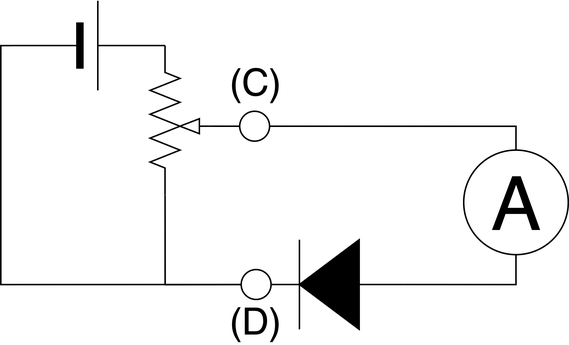
P2-718na/electronics-laboratory keeps this draw.io diagram as assets/1/circuito.png. Above is the earlier version. Source tidied: cells renumbered, new cells last; positions are measured from the earlier drawing's top-left corner, leaving out a move shared by most shapes.
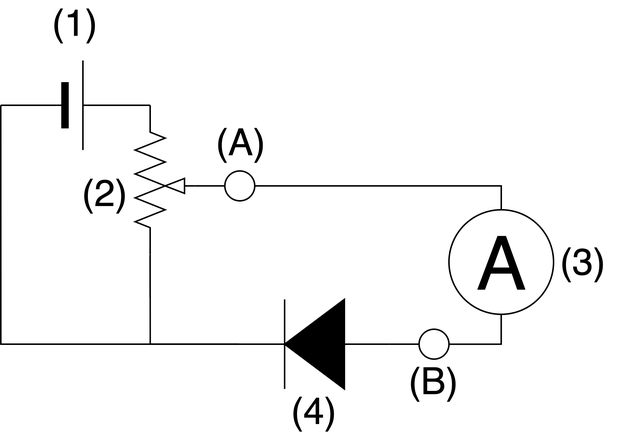
Later version of the same file.

The edit, as a diff of the source:
```diff
@@ -15,7 +15,11 @@
       <mxGeometry relative="1" as="geometry" />
     </mxCell>
     <mxCell id="6" style="endArrow=none;html=1;rounded=0;fontSize=25;entryX=0;entryY=0.5;entryDx=0;entryDy=0;entryPerimeter=0;exitX=1;exitY=0.5;exitDx=0;exitDy=0;exitPerimeter=0;edgeStyle=orthogonalEdgeStyle;" parent="1" edge="1" source="7" target="4">
-      <mxGeometry relative="1" as="geometry" />
+      <mxGeometry relative="1" as="geometry">
+        <Array as="points">
+          <mxPoint y="190" />
+        </Array>
+      </mxGeometry>
     </mxCell>
     <mxCell id="7" style="fillColor=strokeColor;verticalLabelPosition=bottom;shadow=0;dashed=0;align=center;html=1;verticalAlign=top;shape=mxgraph.electrical.diodes.diode;fontSize=25;rotation=-180;" parent="1" vertex="1">
       <mxGeometry x="160" y="160" width="100" height="60" as="geometry" />
@@ -23,20 +27,39 @@
     <mxCell id="8" style="endArrow=none;html=1;rounded=0;fontSize=25;exitX=0.46;exitY=1;exitDx=0;exitDy=0;exitPerimeter=0;entryX=0.5;entryY=0;entryDx=0;entryDy=0;edgeStyle=orthogonalEdgeStyle;" parent="1" edge="1" source="2" target="3">
       <mxGeometry relative="1" as="geometry" />
     </mxCell>
-    <mxCell id="9" style="endArrow=none;html=1;rounded=0;fontSize=25;exitX=0;exitY=0.5;exitDx=0;exitDy=0;exitPerimeter=0;entryX=0.5;entryY=1;entryDx=0;entryDy=0;edgeStyle=orthogonalEdgeStyle;" parent="1" edge="1" source="7" target="3">
-      <mxGeometry relative="1" as="geometry" />
+    <mxCell id="9" style="endArrow=none;html=1;rounded=0;fontSize=25;exitX=0;exitY=0.5;exitDx=0;exitDy=0;exitPerimeter=0;entryX=0.5;entryY=1;entryDx=0;entryDy=0;edgeStyle=orthogonalEdgeStyle;startArrow=none;" parent="1" edge="1" source="11" target="3">
+      <mxGeometry relative="1" as="geometry">
+        <Array as="points">
+          <mxPoint x="335" y="190" />
+        </Array>
+      </mxGeometry>
     </mxCell>
     <mxCell id="10" style="ellipse;whiteSpace=wrap;html=1;fontSize=25;" parent="1" vertex="1">
       <mxGeometry x="150" y="74" width="20" height="20" as="geometry" />
     </mxCell>
-    <mxCell id="11" style="ellipse;whiteSpace=wrap;html=1;fontSize=25;" parent="1" vertex="1">
-      <mxGeometry x="151" y="180" width="20" height="20" as="geometry" />
-    </mxCell>
-    <mxCell id="12" value="(C)" style="text;html=1;strokeColor=none;fillColor=none;align=center;verticalAlign=middle;whiteSpace=wrap;rounded=0;fontSize=25;" parent="1" vertex="1">
+    <mxCell id="12" value="(A)" style="text;html=1;strokeColor=none;fillColor=none;align=center;verticalAlign=middle;whiteSpace=wrap;rounded=0;fontSize=25;" parent="1" vertex="1">
       <mxGeometry x="131" y="40" width="60" height="30" as="geometry" />
     </mxCell>
-    <mxCell id="13" value="(D)" style="text;html=1;strokeColor=none;fillColor=none;align=center;verticalAlign=middle;whiteSpace=wrap;rounded=0;fontSize=25;" parent="1" vertex="1">
-      <mxGeometry x="131" y="200" width="60" height="30" as="geometry" />
+    <mxCell id="13" value="(B)" style="text;html=1;strokeColor=none;fillColor=none;align=center;verticalAlign=middle;whiteSpace=wrap;rounded=0;fontSize=25;" parent="1" vertex="1">
+      <mxGeometry x="260" y="200" width="60" height="30" as="geometry" />
     </mxCell>
+    <mxCell id="14" value="(1)" style="text;html=1;strokeColor=none;fillColor=none;align=center;verticalAlign=middle;whiteSpace=wrap;rounded=0;fontSize=25;" parent="1" vertex="1">
+      <mxGeometry x="20" y="-40" width="60" height="30" as="geometry" />
+    </mxCell>
+    <mxCell id="15" value="(2)" style="text;html=1;strokeColor=none;fillColor=none;align=center;verticalAlign=middle;whiteSpace=wrap;rounded=0;fontSize=25;" parent="1" vertex="1">
+      <mxGeometry x="40" y="74" width="60" height="30" as="geometry" />
+    </mxCell>
+    <mxCell id="16" value="(3)" style="text;html=1;strokeColor=none;fillColor=none;align=center;verticalAlign=middle;whiteSpace=wrap;rounded=0;fontSize=25;" parent="1" vertex="1">
+      <mxGeometry x="360" y="120" width="60" height="30" as="geometry" />
+    </mxCell>
+    <mxCell id="17" value="(4)" style="text;html=1;strokeColor=none;fillColor=none;align=center;verticalAlign=middle;whiteSpace=wrap;rounded=0;fontSize=25;" parent="1" vertex="1">
+      <mxGeometry x="180" y="220" width="60" height="30" as="geometry" />
+    </mxCell>
+    <mxCell id="18" style="edgeStyle=orthogonalEdgeStyle;rounded=0;jettySize=auto;html=1;exitX=0;exitY=0.5;exitDx=0;exitDy=0;entryX=0;entryY=0.5;entryDx=0;entryDy=0;entryPerimeter=0;endArrow=none;endFill=0;" parent="1" edge="1" source="11" target="7">
+      <mxGeometry relative="1" as="geometry" />
+    </mxCell>
+    <mxCell id="11" style="ellipse;whiteSpace=wrap;html=1;fontSize=25;" parent="1" vertex="1">
+      <mxGeometry x="280" y="180" width="20" height="20" as="geometry" />
+    </mxCell>
   </root>
 </mxGraphModel>
```
